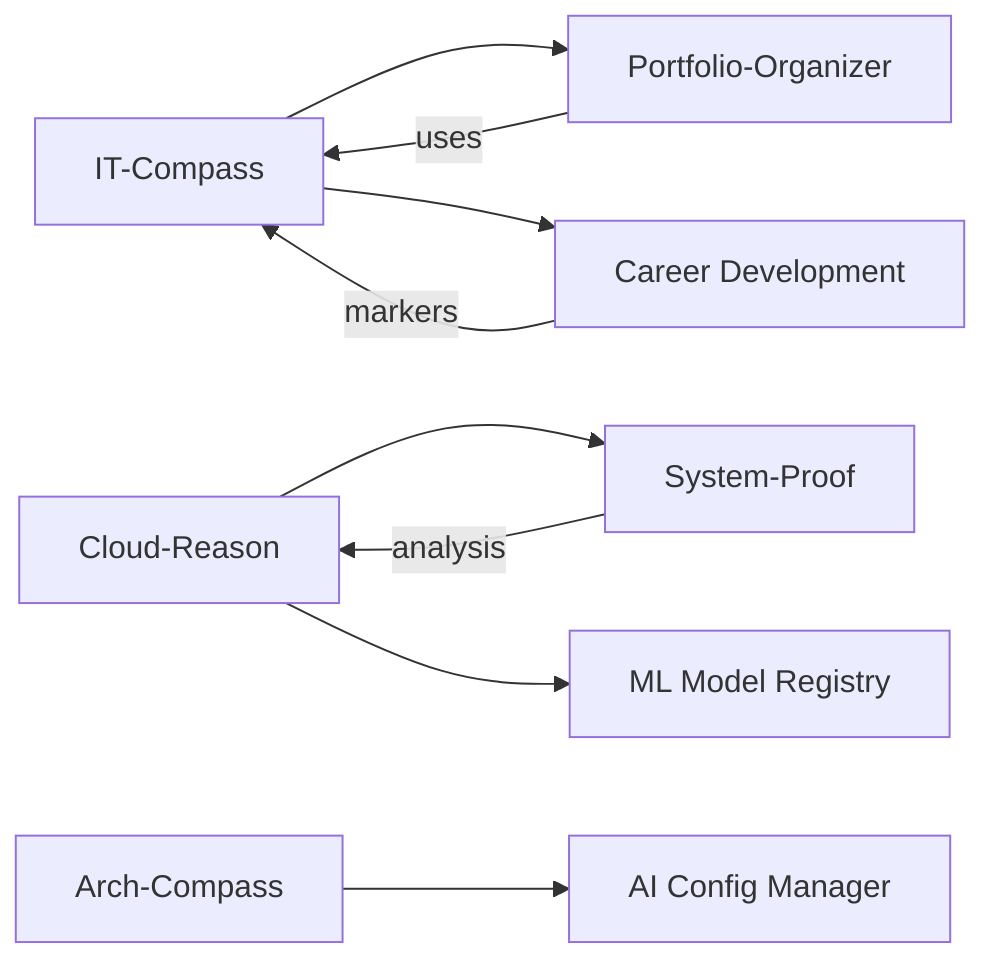
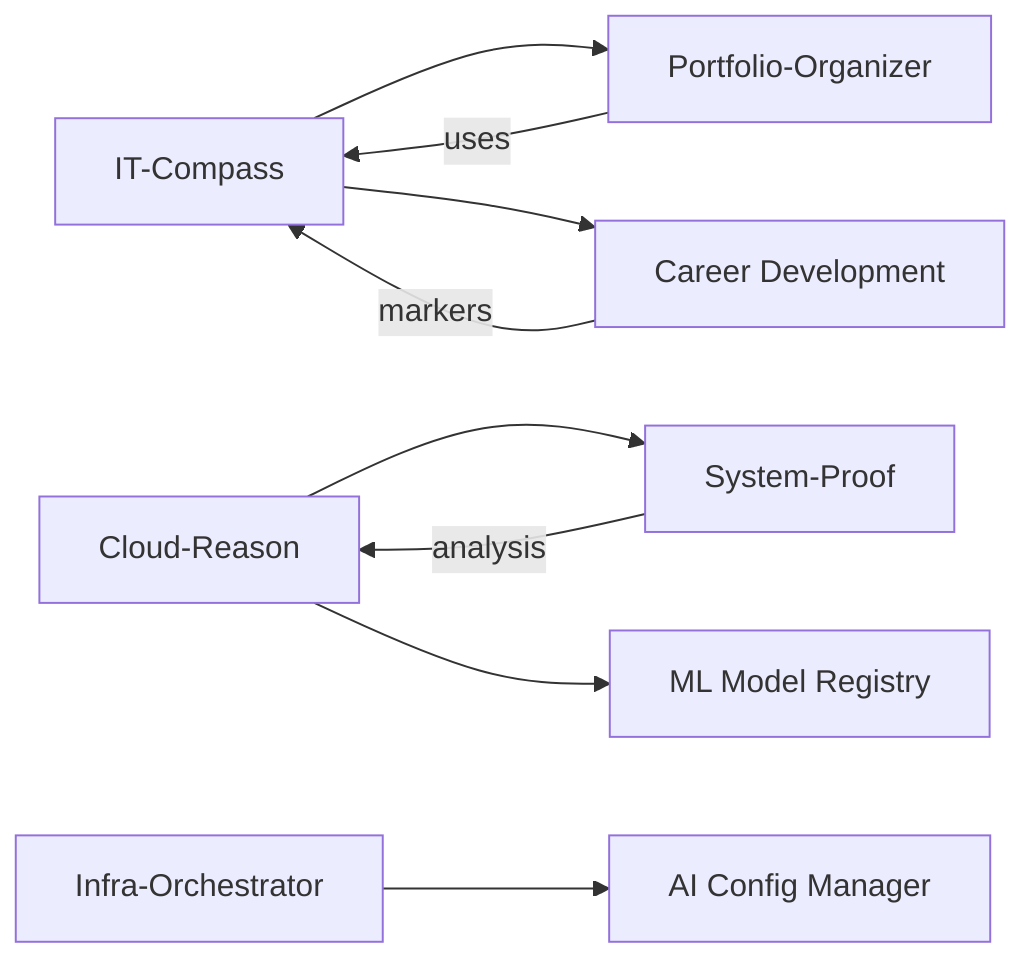
﻿graph LR
    IT[IT-Compass] --> PO[Portfolio-Organizer]
    IT --> CDS[Career Development]
    CR[Cloud-Reason] --> SP[System-Proof]
    CR --> MLR[ML Model Registry]
-     ARCH[Arch-Compass] --> AICG[AI Config Manager]
+     INFRA[Infra-Orchestrator] --> AICG[AI Config Manager]
    PO -->|uses| IT
    CDS -->|markers| IT
    SP -->|analysis| CR


